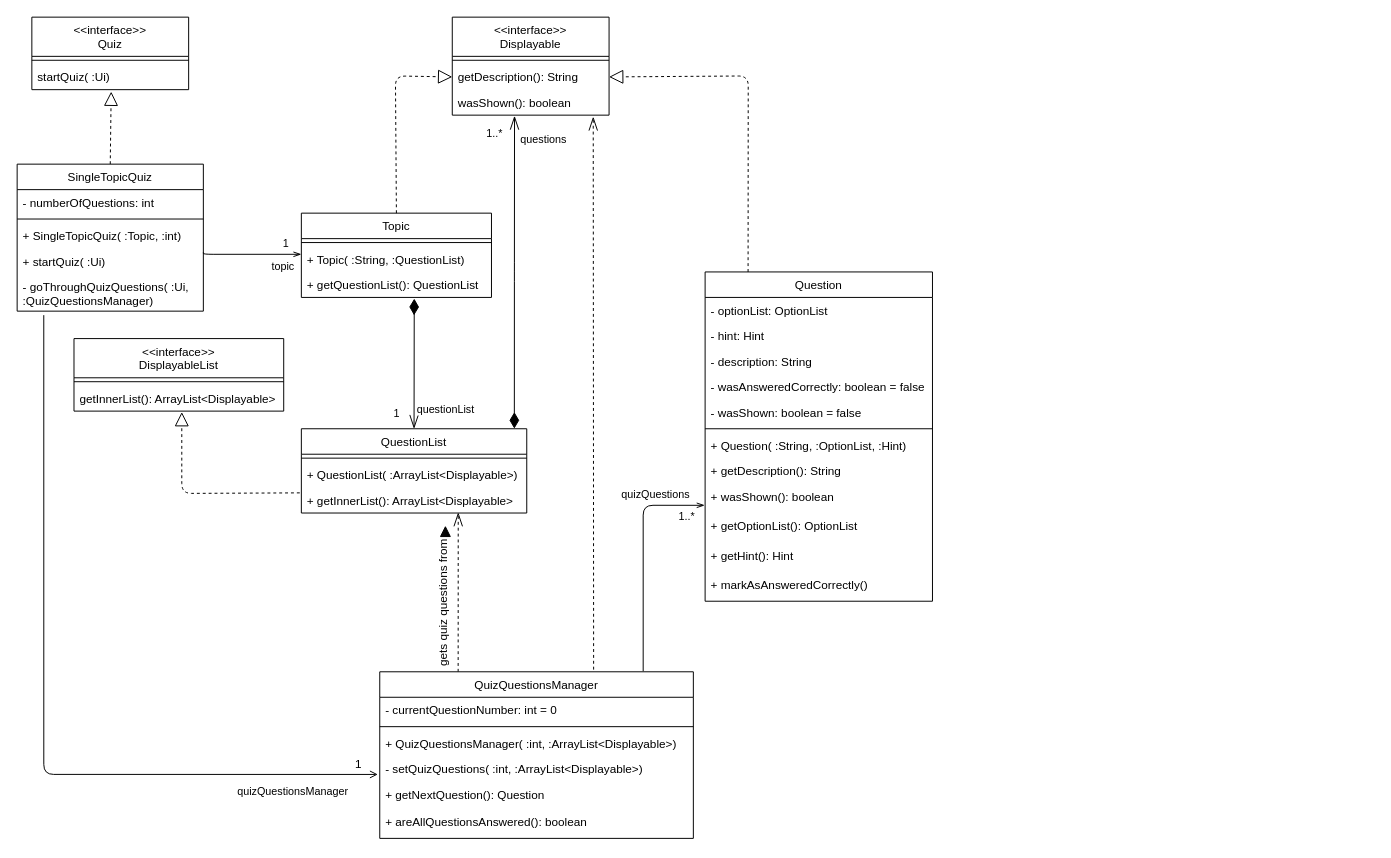
This is docs/diagrams/QuizQuestionsManager.drawio from nus-cs2113-AY2021S1/tp, a draw.io file, before an edit. Source tidied: cells renumbered, new cells numbered last; positions are measured from the earlier drawing's top-left corner, leaving out a move shared by most shapes. Both pictures are drawn from the tidied source at 98%, with x=0, y=0 at pixel (17, 17).
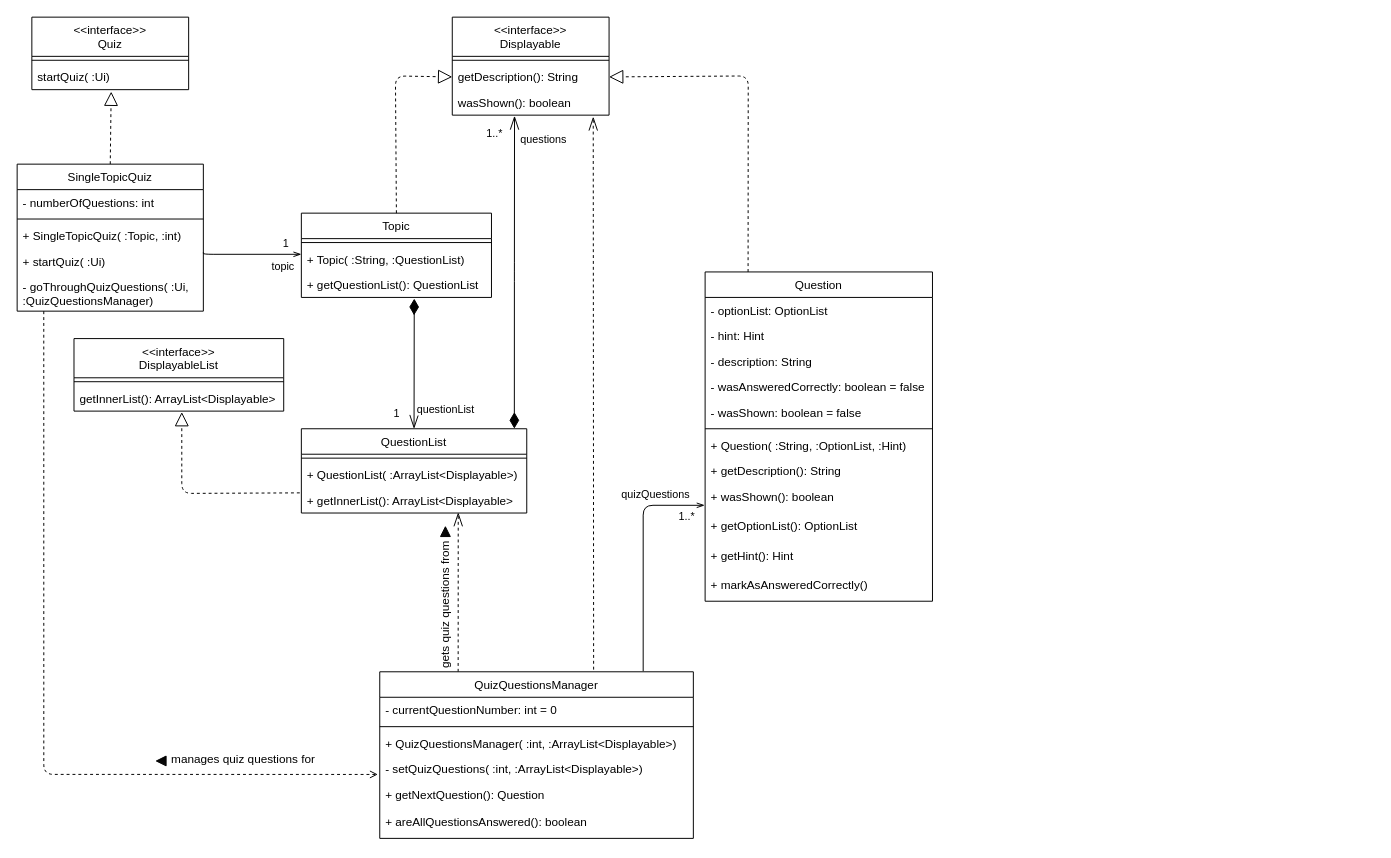
The same diagram, later.

Unchanged cells that the change refers to:
```xml
<mxCell id="25" value="- goThroughQuizQuestions( :Ui, &#10;:QuizQuestionsManager)" style="text;strokeColor=none;fillColor=none;align=left;verticalAlign=top;spacingLeft=4;spacingRight=4;overflow=hidden;points=[[0,0.5],[1,0.5]];portConstraint=eastwest;" parent="20" vertex="1">
  <mxGeometry y="112" width="190" height="38" as="geometry" />
</mxCell>
<mxCell id="46" value="- setQuizQuestions( :int, :ArrayList&lt;Displayable&gt;)" style="text;strokeColor=none;fillColor=none;align=left;verticalAlign=top;spacingLeft=4;spacingRight=4;overflow=hidden;points=[[0,0.5],[1,0.5]];portConstraint=eastwest;" parent="42" vertex="1">
  <mxGeometry y="86" width="320" height="26" as="geometry" />
</mxCell>
```

The edit, as a diff of the source:
```diff
@@
-    <mxCell id="15" value="gets quiz questions from&amp;nbsp;" style="text;html=1;strokeColor=none;fillColor=none;align=center;verticalAlign=middle;whiteSpace=wrap;rounded=0;rotation=-90;" parent="1" vertex="1">
-      <mxGeometry x="358" y="586" width="154" height="20" as="geometry" />
+    <mxCell id="15" value="manages quiz questions for" style="text;html=1;strokeColor=none;fillColor=none;align=center;verticalAlign=middle;whiteSpace=wrap;rounded=0;rotation=0;" parent="1" vertex="1">
+      <mxGeometry x="154" y="748" width="154" height="20" as="geometry" />
     </mxCell>
-    <mxCell id="16" value="quizQuestionsManager" style="endArrow=open;endFill=0;html=1;edgeStyle=orthogonalEdgeStyle;align=left;verticalAlign=top;exitX=0.143;exitY=1.108;exitDx=0;exitDy=0;exitPerimeter=0;entryX=-0.006;entryY=0.721;entryDx=0;entryDy=0;entryPerimeter=0;" parent="1" edge="1" source="25" target="46">
-      <mxGeometry x="0.64" y="-4" relative="1" as="geometry">
+    <mxCell id="16" style="endArrow=open;endFill=0;html=1;edgeStyle=orthogonalEdgeStyle;align=left;verticalAlign=top;exitX=0.143;exitY=1.002;exitDx=0;exitDy=0;exitPerimeter=0;entryX=-0.006;entryY=0.721;entryDx=0;entryDy=0;entryPerimeter=0;dashed=1;" parent="1" edge="1" source="25" target="46">
+      <mxGeometry x="0.88" y="-17" relative="1" as="geometry">
         <Array as="points">
           <mxPoint x="27" y="773" />
         </Array>
       </mxGeometry>
     </mxCell>
-    <mxCell id="17" value="1" style="edgeLabel;html=1;align=center;verticalAlign=middle;fontSize=12;" parent="16" vertex="1">
-      <mxGeometry x="0.87" y="-1" relative="1" as="geometry">
-        <mxPoint x="31.8" y="-11" as="offset" />
-      </mxGeometry>
-    </mxCell>
@@
+    <mxCell id="67" style="triangle;whiteSpace=wrap;html=1;gradientColor=#000000;fillColor=#0D0D0D;rotation=-180;strokeWidth=1;fontSize=7;" parent="1" vertex="1">
+      <mxGeometry x="142" y="754" width="10" height="10" as="geometry" />
+    </mxCell>
+    <mxCell id="68" value="gets quiz questions from&amp;nbsp;" style="text;html=1;strokeColor=none;fillColor=none;align=center;verticalAlign=middle;whiteSpace=wrap;rounded=0;rotation=-90;" parent="1" vertex="1">
+      <mxGeometry x="360" y="588" width="154" height="20" as="geometry" />
+    </mxCell>
```
